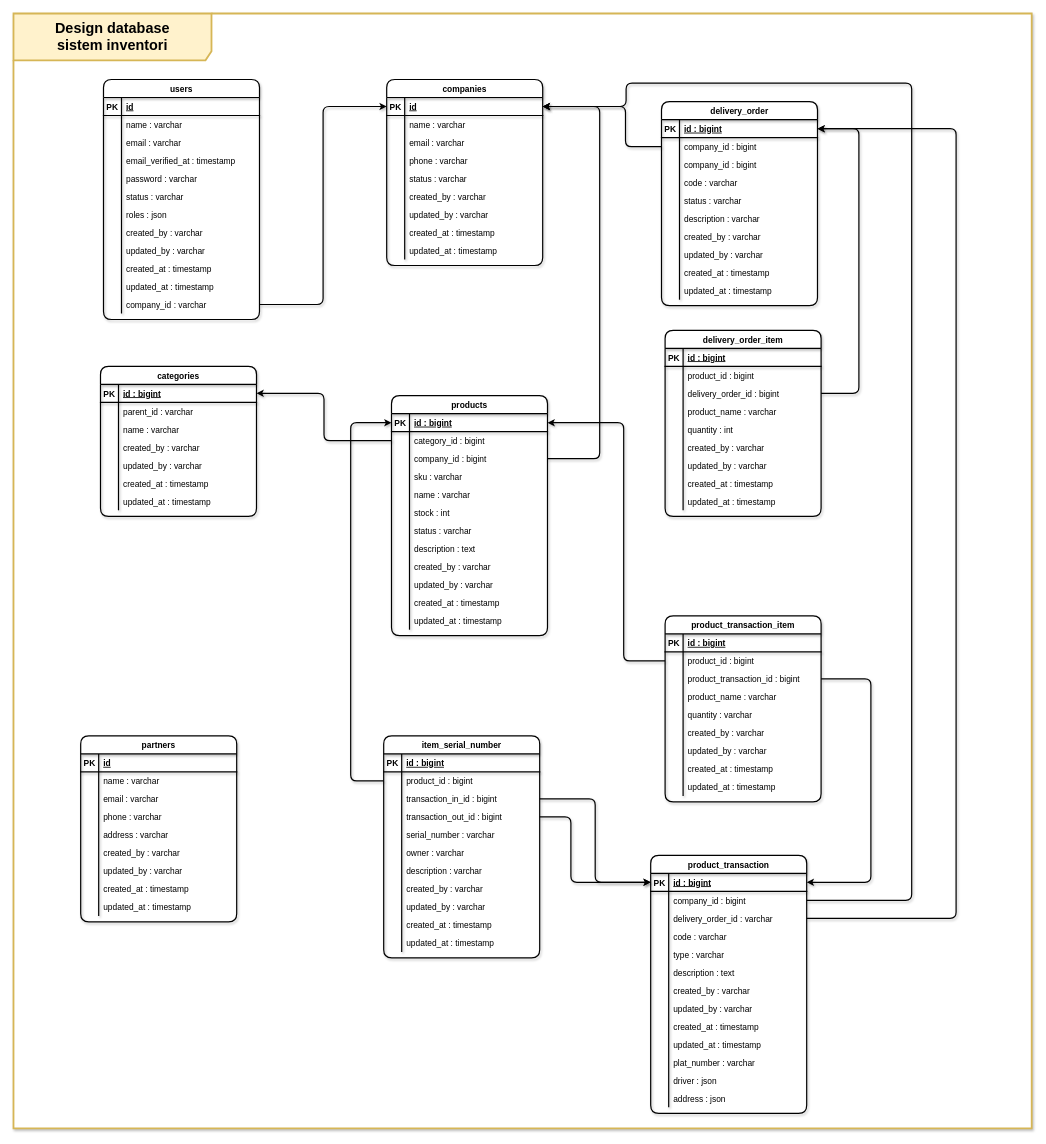
The draw.io diagram page "ERD" (7 of 8) of GudangApp.drawio in pujiantodev/skripsi-part2, before the edit. Source tidied: cells renumbered, new cells numbered last; positions are measured from the earlier drawing's top-left corner, leaving out a move shared by most shapes. Both pictures are drawn from the tidied source at 60%, with x=0, y=0 at pixel (13, 13).
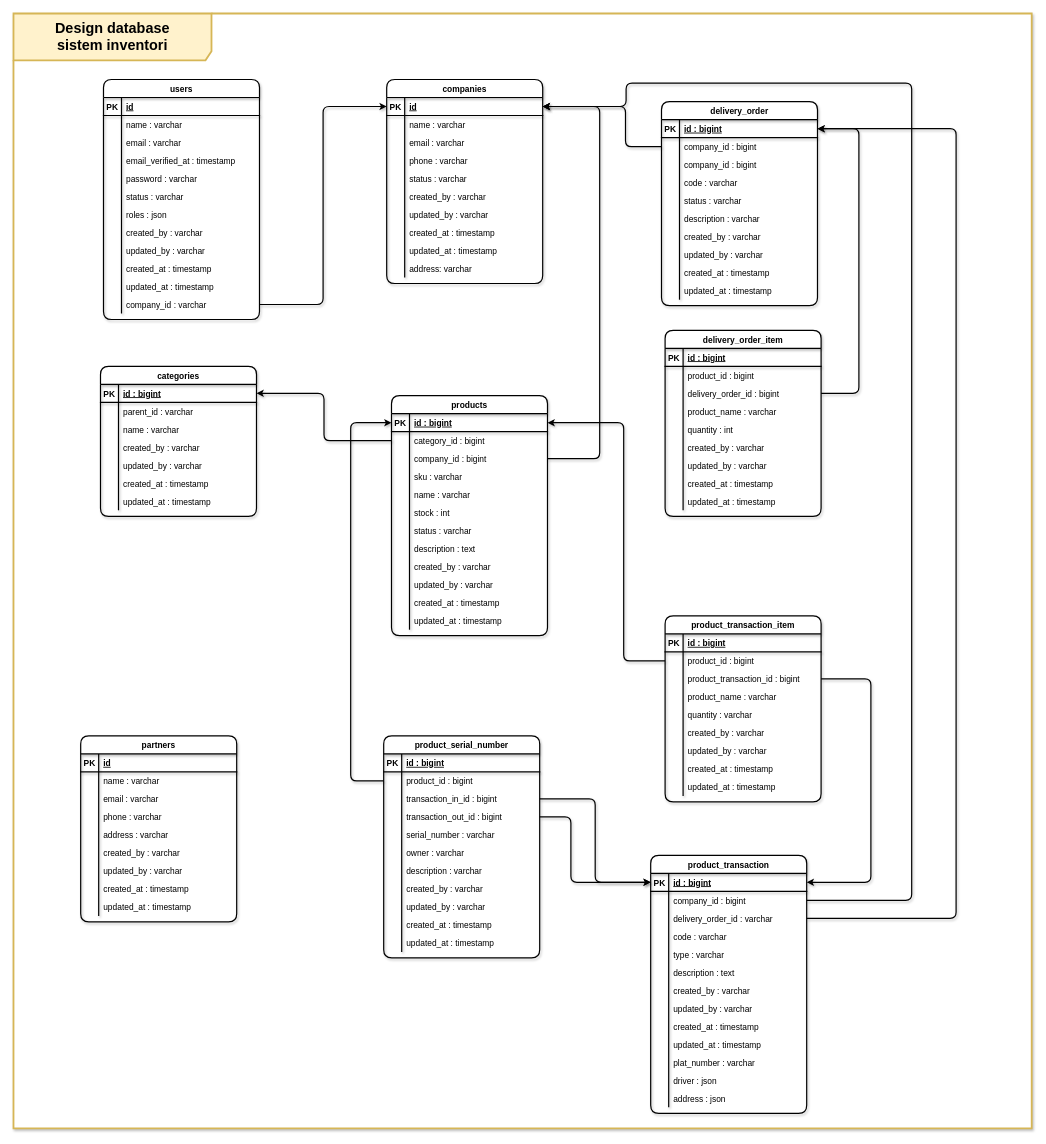
The same diagram, later.

The edit, as a diff of the source:
```diff
@@
     <mxCell id="40" value="companies" style="shape=table;startSize=30;childLayout=tableLayout;rowLines=0;fontStyle=1;align=center;rounded=1;fontSize=14;strokeWidth=2;shadow=1;" parent="1" vertex="1">
-      <mxGeometry x="622" y="110" width="260" height="310" as="geometry" />
+      <mxGeometry x="622" y="110" width="260" height="340" as="geometry" />
     </mxCell>
@@
+    <mxCell id="328" style="shape=tableRow;horizontal=0;startSize=0;swimlaneHead=0;swimlaneBody=0;fillColor=none;top=0;left=0;right=0;bottom=0;rounded=1;fontSize=14;strokeWidth=2;shadow=1;" parent="40" vertex="1">
+      <mxGeometry y="300" width="260" height="30" as="geometry" />
+    </mxCell>
+    <mxCell id="329" style="shape=partialRectangle;fillColor=none;top=0;left=0;bottom=0;right=0;overflow=hidden;rounded=1;fontSize=14;strokeWidth=2;shadow=1;" parent="328" vertex="1">
+      <mxGeometry width="30" height="30" as="geometry" />
+    </mxCell>
+    <mxCell id="330" value="address: varchar" style="shape=partialRectangle;fillColor=none;top=0;left=0;bottom=0;right=0;align=left;spacingLeft=6;overflow=hidden;rounded=1;fontSize=14;strokeWidth=2;shadow=1;" parent="328" vertex="1">
+      <mxGeometry x="30" width="230" height="30" as="geometry" />
+    </mxCell>
@@
-    <mxCell id="223" value="item_serial_number" style="shape=table;startSize=30;childLayout=tableLayout;rowLines=0;fontStyle=1;align=center;rounded=1;fontSize=14;strokeWidth=2;shadow=1;" parent="1" vertex="1">
+    <mxCell id="223" value="product_serial_number" style="shape=table;startSize=30;childLayout=tableLayout;rowLines=0;fontStyle=1;align=center;rounded=1;fontSize=14;strokeWidth=2;shadow=1;" parent="1" vertex="1">
       <mxGeometry x="617" y="1204" width="260" height="370" as="geometry" />
     </mxCell>
```
